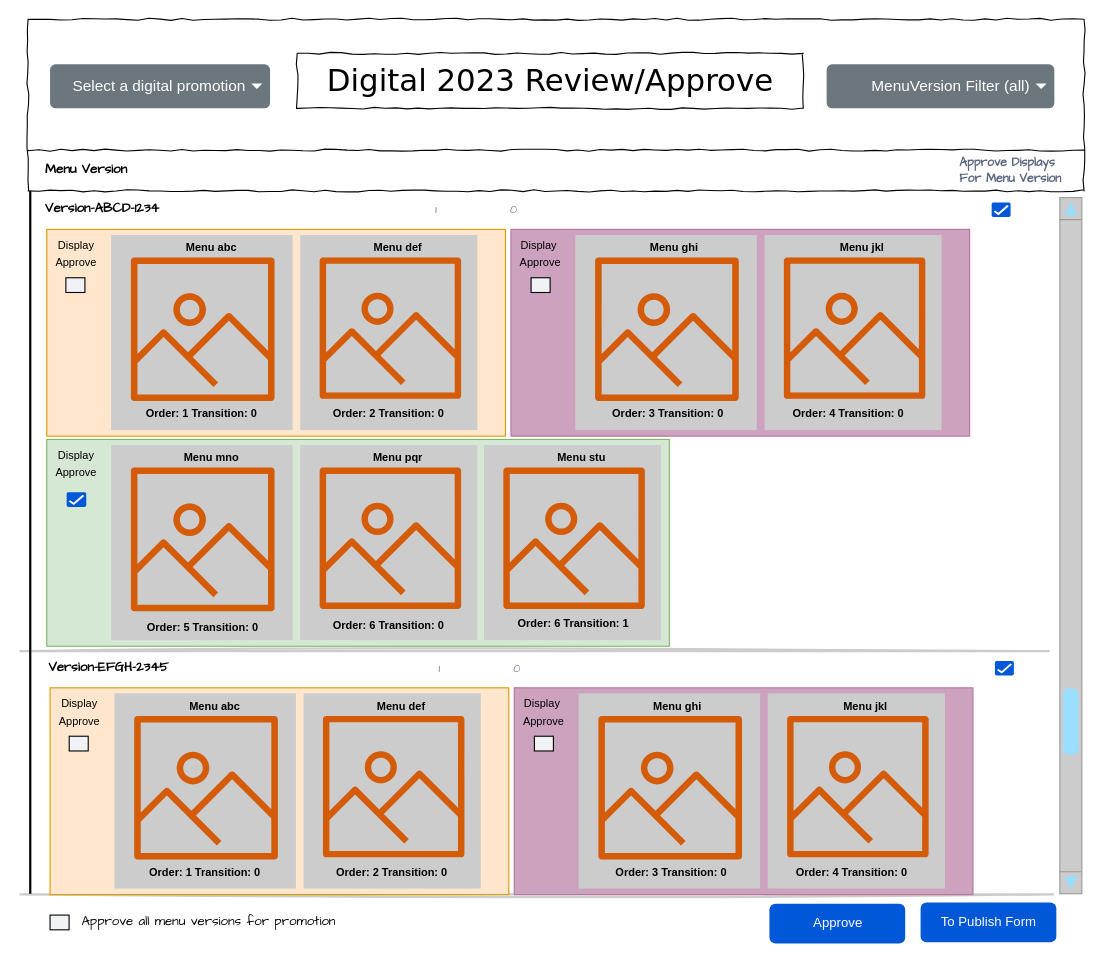
This is page "Page-2" (2 of 2) of ui1.drawio from mc-ren/diagrams, a draw.io file, before an edit. Source tidied: cells renumbered, new cells numbered last; positions are measured from the earlier drawing's top-left corner, leaving out a move shared by most shapes. Both pictures are drawn from the tidied source at 110%, with x=0, y=0 at pixel (20, 19).
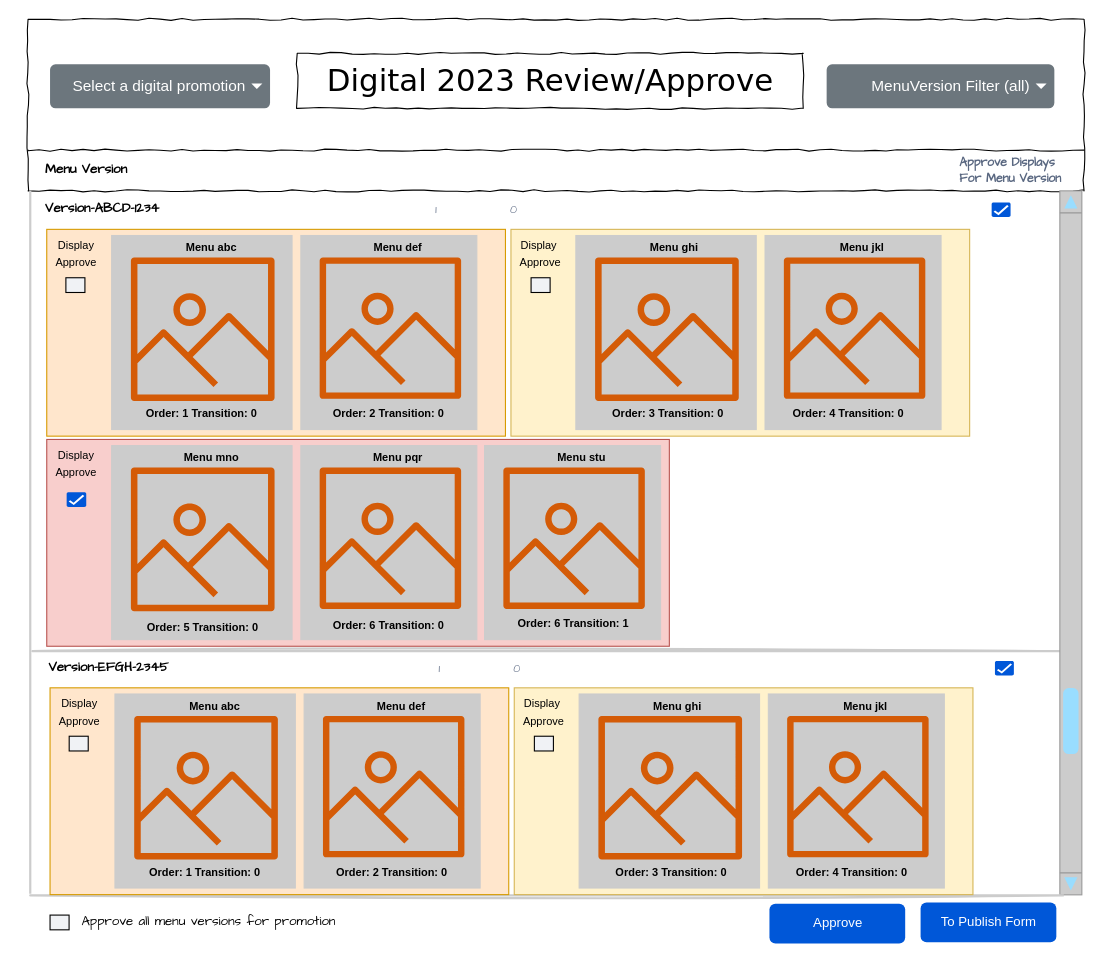
The same page after the edit.

Commit message:
Color update line fixes

Diff of the diagram source:
```diff
@@
     <mxCell id="13" style="shape=line;strokeWidth=2;html=1;strokeColor=#CCCCCC;sketch=1;hachureGap=4;fontFamily=Architects Daughter;fontSize=20;" parent="1" vertex="1">
-      <mxGeometry y="569" width="935" height="11" as="geometry" />
+      <mxGeometry x="11" y="569" width="935" height="11" as="geometry" />
     </mxCell>
@@
     <mxCell id="16" style="verticalLabelPosition=bottom;shadow=0;dashed=0;align=center;html=1;verticalAlign=top;strokeWidth=1;shape=mxgraph.mockup.navigation.scrollBar;strokeColor=#999999;barPos=20;fillColor2=#99ddff;strokeColor2=none;direction=north;rounded=0;glass=0;sketch=0;fontSize=13;fontColor=#FFFFFF;fillColor=#CCCCCC;gradientColor=none;" parent="1" vertex="1">
-      <mxGeometry x="945" y="162.2" width="20" height="632.8" as="geometry" />
+      <mxGeometry x="945" y="156" width="20" height="640" as="geometry" />
     </mxCell>
@@
-    <mxCell id="30" style="rounded=0;whiteSpace=wrap;html=1;glass=0;sketch=0;strokeColor=#B5739D;fontSize=11;fillColor=#CDA2BE;align=left;" parent="1" vertex="1">
+    <mxCell id="30" style="rounded=0;whiteSpace=wrap;html=1;glass=0;sketch=0;strokeColor=#d6b656;fontSize=11;fillColor=#fff2cc;align=left;" parent="1" vertex="1">
       <mxGeometry x="446" y="191" width="417" height="188" as="geometry" />
     </mxCell>
@@
-    <mxCell id="42" style="rounded=0;whiteSpace=wrap;html=1;glass=0;sketch=0;strokeColor=#82b366;fontSize=11;fillColor=#d5e8d4;align=left;" parent="1" vertex="1">
+    <mxCell id="42" style="rounded=0;whiteSpace=wrap;html=1;glass=0;sketch=0;strokeColor=#b85450;fontSize=11;fillColor=#f8cecc;align=left;" parent="1" vertex="1">
       <mxGeometry x="24" y="382" width="566" height="188" as="geometry" />
     </mxCell>
@@
     <mxCell id="63" style="shape=line;strokeWidth=2;html=1;strokeColor=#CCCCCC;sketch=1;hachureGap=4;fontFamily=Architects Daughter;fontSize=20;" parent="1" vertex="1">
-      <mxGeometry y="790" width="939" height="11" as="geometry" />
+      <mxGeometry x="9" y="791" width="939" height="11" as="geometry" />
     </mxCell>
@@
-    <mxCell id="80" style="rounded=0;whiteSpace=wrap;html=1;glass=0;sketch=0;strokeColor=#B5739D;fontSize=11;fillColor=#CDA2BE;align=left;" parent="1" vertex="1">
+    <mxCell id="80" style="rounded=0;whiteSpace=wrap;html=1;glass=0;sketch=0;strokeColor=#d6b656;fontSize=11;fillColor=#fff2cc;align=left;" parent="1" vertex="1">
       <mxGeometry x="449" y="607.8" width="417" height="188" as="geometry" />
     </mxCell>
@@
-    <mxCell id="95" style="line;strokeWidth=2;direction=south;html=1;rounded=0;glass=0;sketch=0;strokeColor=#000000;fontSize=12;fontColor=#000000;fillColor=#CDA2BE;gradientColor=none;" parent="1" vertex="1">
+    <mxCell id="95" style="line;strokeWidth=2;direction=south;html=1;rounded=0;glass=0;sketch=0;strokeColor=#CCCCCC;fontSize=12;fontColor=#000000;fillColor=#CDA2BE;gradientColor=none;" parent="1" vertex="1">
       <mxGeometry x="4" y="156" width="10" height="639" as="geometry" />
     </mxCell>
```
